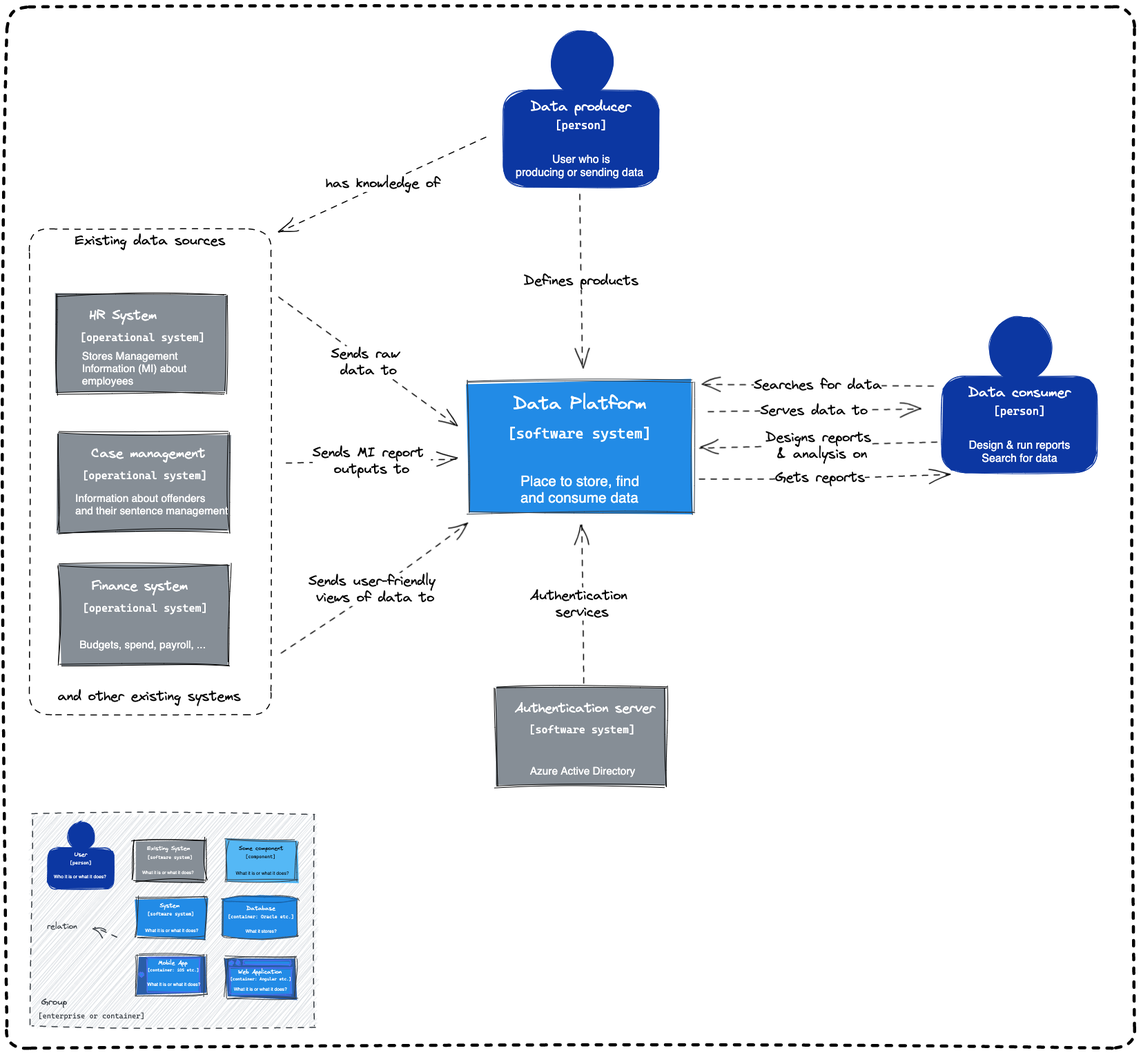
Before: docs/source/documentation/diagrams/c4-model-level1.excalidraw.png, a diagram exported from Excalidraw (ministryofjustice/analytical-platform). Source tidied: one line per element, renumbered; positions are measured from the earlier drawing's top-left corner, leaving out a move shared by most shapes.
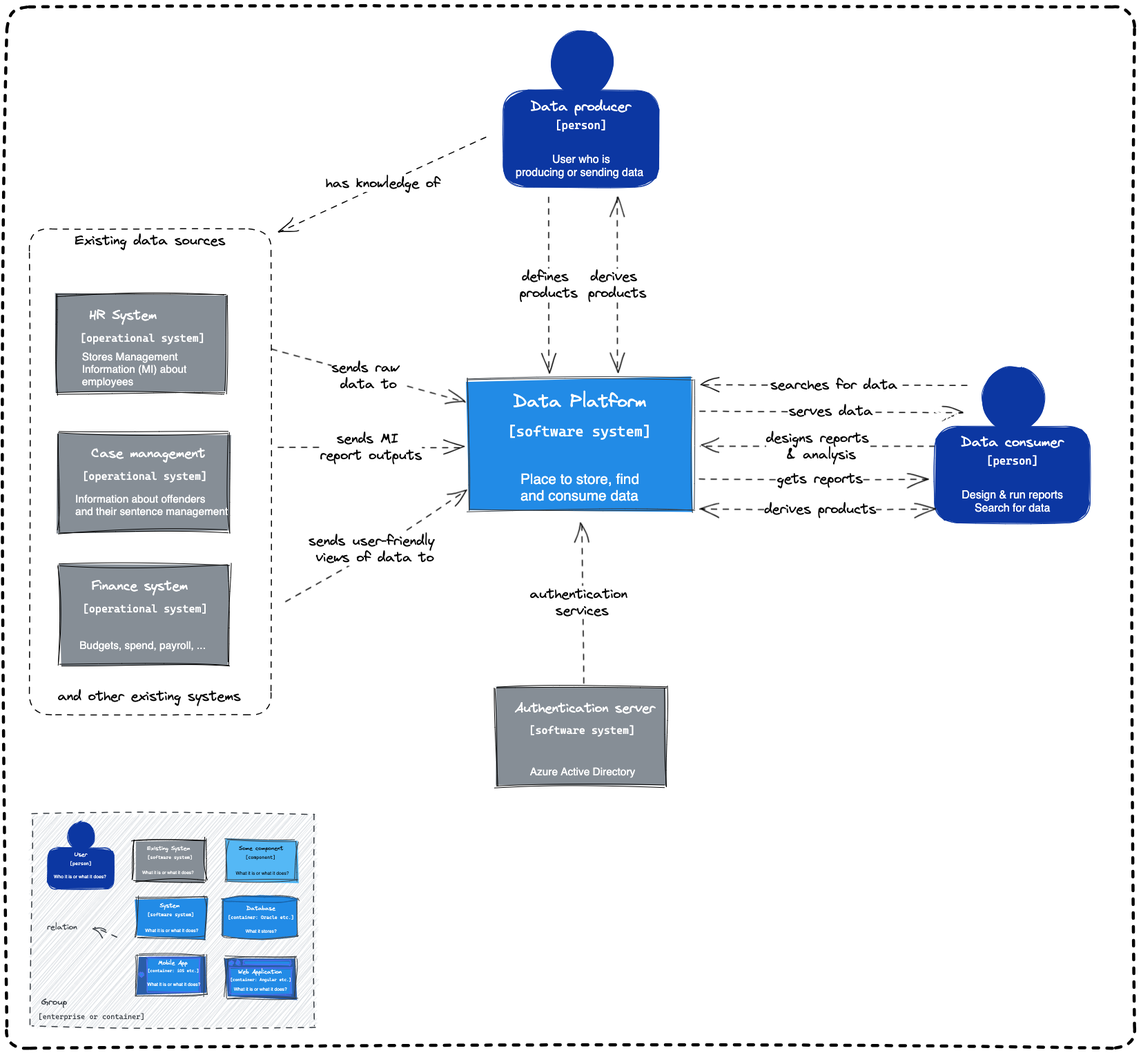
The same diagram one commit later.

Commit message:
add derived data proposal C - both users (#798)

* add derived data to both users

* 📐 arrange arrows and change case

---------

Change to the diagram source:
```diff
@@ -41,6 +41,6 @@
 {"id": 40, "type": "text", "text": "Who it is or what it does? ", "strokeColor": "#fff", "backgroundColor": "#0c37a2", "fillStyle": "solid", "strokeWidth": 1, "roughness": 1, "fontSize": 6.78, "fontFamily": 2, "textAlign": "center", "x": 68, "y": 1256, "width": 78, "height": 8}
-{"id": 41, "type": "rectangle", "strokeColor": "#343a40", "backgroundColor": "#228be6", "fillStyle": "solid", "strokeWidth": 1, "roughness": 2, "x": 669, "y": 543, "width": 326, "height": 190}
+{"id": 41, "type": "rectangle", "strokeColor": "#343a40", "backgroundColor": "#228be6", "fillStyle": "solid", "strokeWidth": 1, "roughness": 2, "x": 669, "y": 539, "width": 326, "height": 190}
-{"id": 42, "type": "text", "text": "Data Platform", "strokeColor": "#fff", "backgroundColor": "#55b8f5", "fillStyle": "solid", "strokeWidth": 1, "roughness": 1, "fontSize": 25.95, "fontFamily": 1, "x": 734, "y": 560, "width": 193, "height": 30}
+{"id": 42, "type": "text", "text": "Data Platform", "strokeColor": "#fff", "backgroundColor": "#55b8f5", "fillStyle": "solid", "strokeWidth": 1, "roughness": 1, "fontSize": 25.95, "fontFamily": 1, "x": 734, "y": 557, "width": 193, "height": 30}
-{"id": 43, "type": "text", "text": "[software system]", "strokeColor": "#fff", "backgroundColor": "#55b8f5", "fillStyle": "solid", "strokeWidth": 1, "roughness": 1, "fontSize": 20.83, "fontFamily": 3, "textAlign": "center", "x": 726, "y": 606, "width": 207, "height": 24}
+{"id": 43, "type": "text", "text": "[software system]", "strokeColor": "#fff", "backgroundColor": "#55b8f5", "fillStyle": "solid", "strokeWidth": 1, "roughness": 1, "fontSize": 20.83, "fontFamily": 3, "textAlign": "center", "x": 726, "y": 602, "width": 207, "height": 24}
-{"id": 44, "type": "text", "text": "Place to store, find \nand consume data", "strokeColor": "#fff", "backgroundColor": "#55b8f5", "fillStyle": "solid", "strokeWidth": 1, "roughness": 1, "fontSize": 20.78, "fontFamily": 2, "x": 744, "y": 676, "width": 178, "height": 48}
+{"id": 44, "type": "text", "text": "Place to store, find \nand consume data", "strokeColor": "#fff", "backgroundColor": "#55b8f5", "fillStyle": "solid", "strokeWidth": 1, "roughness": 1, "fontSize": 20.78, "fontFamily": 2, "x": 744, "y": 672, "width": 178, "height": 48}
 {"id": 45, "type": "rectangle", "strokeColor": "#000000", "backgroundColor": "#868e96", "fillStyle": "solid", "strokeWidth": 1, "roughness": 2, "x": 75, "y": 618, "width": 245, "height": 143}
@@ -50,4 +50,4 @@
 {"id": 49, "type": "text", "text": "has knowledge of", "strokeColor": "#000000", "strokeWidth": 1, "strokeStyle": "dashed", "roughness": 1, "fontSize": 20, "fontFamily": 1, "textAlign": "center", "verticalAlign": "middle", "inside": 48, "x": 462, "y": 244, "width": 166, "height": 24}
-{"id": 50, "type": "arrow", "strokeColor": "#000000", "strokeWidth": 1, "strokeStyle": "dashed", "roughness": 1, "endArrowhead": "arrow", "round": true, "from": 53, "to": 41, "x": 830, "y": 271, "width": 4, "height": 252, "points": [[0, 0], [4, 252]]}
+{"id": 50, "type": "arrow", "strokeColor": "#000000", "strokeWidth": 1, "strokeStyle": "dashed", "roughness": 1, "endArrowhead": "arrow", "round": true, "from": 53, "to": 41, "x": 785, "y": 276, "width": 0, "height": 255, "points": [[0, 0], [0, 255]]}
-{"id": 51, "type": "text", "text": "Defines products", "strokeColor": "#000000", "strokeWidth": 1, "strokeStyle": "dashed", "roughness": 1, "fontSize": 20, "fontFamily": 1, "textAlign": "center", "verticalAlign": "middle", "inside": 50, "x": 749, "y": 385, "width": 166, "height": 24}
+{"id": 51, "type": "text", "text": "defines \nproducts", "strokeColor": "#000000", "strokeWidth": 1, "strokeStyle": "dashed", "roughness": 1, "fontSize": 20, "fontFamily": 1, "textAlign": "center", "verticalAlign": "middle", "inside": 50, "x": 745, "y": 376, "width": 84, "height": 48}
 {"id": 52, "type": "ellipse", "strokeColor": "#0c37a2", "backgroundColor": "#0c37a2", "fillStyle": "solid", "strokeWidth": 1, "roughness": 1, "x": 788, "y": 34, "width": 90, "height": 95}
@@ -65,19 +65,19 @@
 {"id": 64, "type": "text", "text": "Stores Management \nInformation (MI) about\nemployees", "strokeColor": "#fff", "backgroundColor": "#55b8f5", "fillStyle": "solid", "strokeWidth": 1, "roughness": 1, "fontSize": 15.43, "fontFamily": 2, "x": 109, "y": 497, "width": 152, "height": 54}
-{"id": 65, "type": "arrow", "strokeColor": "#000000", "strokeWidth": 1, "strokeStyle": "dashed", "roughness": 1, "endArrowhead": "arrow", "round": true, "from": 84, "to": 41, "x": 405, "y": 661, "width": 247, "height": 6, "points": [[0, 0], [247, -6]]}
+{"id": 65, "type": "arrow", "strokeColor": "#000000", "strokeWidth": 1, "strokeStyle": "dashed", "roughness": 1, "endArrowhead": "arrow", "round": true, "from": 84, "to": 41, "x": 393, "y": 638, "width": 269, "height": 0, "points": [[0, 0], [269, 0]]}
-{"id": 66, "type": "text", "text": "Sends MI report \noutputs to", "strokeColor": "#000000", "strokeWidth": 1, "roughness": 1, "fontSize": 20, "fontFamily": 1, "textAlign": "center", "verticalAlign": "middle", "inside": 65, "x": 443, "y": 634, "width": 171, "height": 48}
+{"id": 66, "type": "text", "text": "sends MI \nreport outputs", "strokeColor": "#000000", "strokeWidth": 1, "roughness": 1, "fontSize": 20, "fontFamily": 1, "textAlign": "center", "verticalAlign": "middle", "inside": 65, "x": 454, "y": 618, "width": 147, "height": 48}
-{"id": 67, "type": "arrow", "strokeColor": "#000000", "strokeWidth": 1, "strokeStyle": "dashed", "roughness": 1, "endArrowhead": "arrow", "round": true, "from": 84, "to": 41, "x": 397, "y": 935, "width": 268, "height": 189, "points": [[0, 0], [136, -92], [268, -189]]}
+{"id": 67, "type": "arrow", "strokeColor": "#000000", "strokeWidth": 1, "strokeStyle": "dashed", "roughness": 1, "endArrowhead": "arrow", "round": true, "from": 84, "to": 41, "x": 404, "y": 861, "width": 260, "height": 162, "points": [[0, 0], [129, -75], [260, -162]]}
-{"id": 68, "type": "text", "text": "Sends user-friendly \nviews of data to", "strokeColor": "#000000", "strokeWidth": 1, "roughness": 1, "fontSize": 20, "fontFamily": 1, "textAlign": "center", "verticalAlign": "middle", "inside": 67, "x": 437, "y": 820, "width": 194, "height": 48}
+{"id": 68, "type": "text", "text": "sends user-friendly \nviews of data to", "strokeColor": "#000000", "strokeWidth": 1, "roughness": 1, "fontSize": 20, "fontFamily": 1, "textAlign": "center", "verticalAlign": "middle", "inside": 67, "x": 432, "y": 765, "width": 192, "height": 48}
-{"id": 69, "type": "arrow", "strokeColor": "#000000", "strokeWidth": 1, "strokeStyle": "dashed", "roughness": 1, "endArrowhead": "arrow", "round": true, "from": 84, "to": 41, "x": 394, "y": 421, "width": 259, "height": 189, "points": [[0, 0], [259, 189]]}
+{"id": 69, "type": "arrow", "strokeColor": "#000000", "strokeWidth": 1, "strokeStyle": "dashed", "roughness": 1, "endArrowhead": "arrow", "round": true, "from": 84, "to": 41, "x": 384, "y": 496, "width": 280, "height": 78, "points": [[0, 0], [280, 78]]}
-{"id": 70, "type": "text", "text": "Sends raw \ndata to", "strokeColor": "#000000", "strokeWidth": 1, "strokeStyle": "dashed", "roughness": 1, "fontSize": 20, "fontFamily": 1, "textAlign": "center", "verticalAlign": "middle", "inside": 69, "x": 470, "y": 491, "width": 109, "height": 48}
+{"id": 70, "type": "text", "text": "sends raw \ndata to", "strokeColor": "#000000", "strokeWidth": 1, "strokeStyle": "dashed", "roughness": 1, "fontSize": 20, "fontFamily": 1, "textAlign": "center", "verticalAlign": "middle", "inside": 69, "x": 470, "y": 511, "width": 107, "height": 48}
-{"id": 71, "type": "arrow", "strokeColor": "#000000", "strokeWidth": 1, "strokeStyle": "dashed", "roughness": 1, "endArrowhead": "arrow", "round": true, "from": 41, "to": 88, "x": 1016, "y": 588, "width": 307, "height": 6, "points": [[0, 0], [307, -6]]}
+{"id": 71, "type": "arrow", "strokeColor": "#000000", "strokeWidth": 1, "strokeStyle": "dashed", "roughness": 1, "endArrowhead": "arrow", "round": true, "from": 41, "to": 88, "x": 1004, "y": 586, "width": 380, "height": 0, "points": [[0, 0], [380, 0]]}
-{"id": 72, "type": "text", "text": "Serves data to", "strokeColor": "#000000", "strokeWidth": 1, "strokeStyle": "dashed", "roughness": 1, "fontSize": 20, "fontFamily": 1, "textAlign": "center", "verticalAlign": "middle", "inside": 71, "x": 1091, "y": 573, "width": 156, "height": 24}
+{"id": 72, "type": "text", "text": "serves data", "strokeColor": "#000000", "strokeWidth": 1, "strokeStyle": "dashed", "roughness": 1, "fontSize": 20, "fontFamily": 1, "textAlign": "center", "verticalAlign": "middle", "inside": 71, "x": 1133, "y": 574, "width": 122, "height": 24}
 {"id": 73, "type": "text", "text": "Information about offenders \nand their sentence management", "strokeColor": "#fff", "backgroundColor": "#55b8f5", "fillStyle": "solid", "strokeWidth": 1, "roughness": 1, "fontSize": 15.43, "fontFamily": 2, "x": 99, "y": 703, "width": 221, "height": 36}
-{"id": 74, "type": "arrow", "strokeColor": "#000000", "strokeWidth": 1, "strokeStyle": "dashed", "roughness": 1, "endArrowhead": "arrow", "round": true, "from": 88, "to": 41, "x": 1347, "y": 631, "width": 343, "height": 9, "points": [[0, 0], [-343, 9]]}
+{"id": 74, "type": "arrow", "strokeColor": "#000000", "strokeWidth": 1, "strokeStyle": "dashed", "roughness": 1, "endArrowhead": "arrow", "round": true, "from": 88, "to": 41, "x": 1344, "y": 637, "width": 339, "height": 0, "points": [[0, 0], [-339, 0]]}
-{"id": 75, "type": "text", "text": "Designs reports\n & analysis on", "strokeColor": "#000000", "strokeWidth": 1, "strokeStyle": "dashed", "roughness": 1, "fontSize": 20, "fontFamily": 1, "textAlign": "center", "verticalAlign": "middle", "inside": 74, "x": 1099, "y": 612, "width": 153, "height": 48}
+{"id": 75, "type": "text", "text": "designs reports\n & analysis", "strokeColor": "#000000", "strokeWidth": 1, "strokeStyle": "dashed", "roughness": 1, "fontSize": 20, "fontFamily": 1, "textAlign": "center", "verticalAlign": "middle", "inside": 74, "x": 1100, "y": 613, "width": 149, "height": 48}
-{"id": 76, "type": "arrow", "strokeColor": "#000000", "strokeWidth": 1, "strokeStyle": "dashed", "roughness": 1, "endArrowhead": "arrow", "round": true, "from": 41, "to": 88, "x": 1003, "y": 684, "width": 363, "height": 6, "points": [[0, 0], [175, -1], [363, -6]]}
+{"id": 76, "type": "arrow", "strokeColor": "#000000", "strokeWidth": 1, "strokeStyle": "dashed", "roughness": 1, "endArrowhead": "arrow", "round": true, "from": 41, "to": 88, "x": 1003, "y": 684, "width": 331, "height": 1, "points": [[0, 0], [175, 1], [331, 1]]}
-{"id": 77, "type": "text", "text": "Gets reports", "strokeColor": "#000000", "strokeWidth": 1, "strokeStyle": "dashed", "roughness": 1, "fontSize": 20, "fontFamily": 1, "textAlign": "center", "verticalAlign": "middle", "inside": 76, "x": 1113, "y": 670, "width": 130, "height": 24}
+{"id": 77, "type": "text", "text": "gets reports", "strokeColor": "#000000", "strokeWidth": 1, "strokeStyle": "dashed", "roughness": 1, "fontSize": 20, "fontFamily": 1, "textAlign": "center", "verticalAlign": "middle", "inside": 76, "x": 1116, "y": 672, "width": 124, "height": 24}
-{"id": 78, "type": "arrow", "strokeColor": "#000000", "strokeWidth": 1, "strokeStyle": "dashed", "roughness": 1, "endArrowhead": "arrow", "round": true, "from": 88, "to": 41, "x": 1343, "y": 549, "width": 337, "height": 2, "points": [[0, 0], [-337, -2]]}
+{"id": 78, "type": "arrow", "strokeColor": "#000000", "strokeWidth": 1, "strokeStyle": "dashed", "roughness": 1, "endArrowhead": "arrow", "round": true, "to": 41, "x": 1392, "y": 548, "width": 388, "height": 0, "points": [[0, 0], [-388, 0]]}
-{"id": 79, "type": "text", "text": "Searches for data", "strokeColor": "#000000", "strokeWidth": 1, "strokeStyle": "dashed", "roughness": 1, "fontSize": 20, "fontFamily": 1, "textAlign": "center", "verticalAlign": "middle", "inside": 78, "x": 1082, "y": 536, "width": 186, "height": 24}
+{"id": 79, "type": "text", "text": "searches for data", "strokeColor": "#000000", "strokeWidth": 1, "strokeStyle": "dashed", "roughness": 1, "fontSize": 20, "fontFamily": 1, "textAlign": "center", "verticalAlign": "middle", "inside": 78, "x": 1092, "y": 536, "width": 184, "height": 24}
-{"id": 80, "type": "arrow", "strokeColor": "#000000", "backgroundColor": "#ced4da", "fillStyle": "hachure", "strokeWidth": 1, "strokeStyle": "dashed", "roughness": 1, "endArrowhead": "arrow", "round": true, "from": 92, "to": 41, "x": 835, "y": 980, "width": 3, "height": 231, "points": [[0, 0], [-3, -231]]}
+{"id": 80, "type": "arrow", "strokeColor": "#000000", "backgroundColor": "#ced4da", "fillStyle": "hachure", "strokeWidth": 1, "strokeStyle": "dashed", "roughness": 1, "endArrowhead": "arrow", "round": true, "from": 92, "to": 41, "x": 835, "y": 980, "width": 3, "height": 234, "points": [[0, 0], [-3, -234]]}
-{"id": 81, "type": "text", "text": "Authentication \nservices", "strokeColor": "#000000", "strokeWidth": 1, "roughness": 1, "fontSize": 20, "fontFamily": 1, "textAlign": "center", "verticalAlign": "middle", "inside": 80, "x": 758, "y": 841, "width": 151, "height": 48}
+{"id": 81, "type": "text", "text": "authentication \nservices", "strokeColor": "#000000", "strokeWidth": 1, "roughness": 1, "fontSize": 20, "fontFamily": 1, "textAlign": "center", "verticalAlign": "middle", "inside": 80, "x": 758, "y": 839, "width": 151, "height": 48}
 {"id": 82, "type": "rectangle", "strokeColor": "#000000", "strokeWidth": 4, "strokeStyle": "dashed", "roughness": 2, "round": true, "x": 0, "y": 0, "width": 1634, "height": 1508}
@@ -87,7 +87,7 @@
 {"id": 86, "type": "text", "text": "and other existing systems", "strokeColor": "#000000", "strokeWidth": 1, "roughness": 1, "fontSize": 20, "fontFamily": 1, "textAlign": "center", "x": 74, "y": 987, "width": 265, "height": 24}
-{"id": 87, "type": "ellipse", "strokeColor": "#0c37a2", "backgroundColor": "#0c37a2", "fillStyle": "solid", "strokeWidth": 1, "roughness": 1, "x": 1424, "y": 448, "width": 90, "height": 95}
+{"id": 87, "type": "ellipse", "strokeColor": "#0c37a2", "backgroundColor": "#0c37a2", "fillStyle": "solid", "strokeWidth": 1, "roughness": 1, "x": 1413, "y": 521, "width": 90, "height": 95}
-{"id": 88, "type": "rectangle", "strokeColor": "#0c37a2", "backgroundColor": "#0c37a2", "fillStyle": "solid", "strokeWidth": 1, "roughness": 1, "round": true, "x": 1354, "y": 535, "width": 225, "height": 140}
+{"id": 88, "type": "rectangle", "strokeColor": "#0c37a2", "backgroundColor": "#0c37a2", "fillStyle": "solid", "strokeWidth": 1, "roughness": 1, "round": true, "x": 1344, "y": 607, "width": 225, "height": 140}
-{"id": 89, "type": "text", "text": "Data consumer", "strokeColor": "#fff", "backgroundColor": "#0c37a2", "fillStyle": "solid", "strokeWidth": 1, "roughness": 1, "fontSize": 20, "fontFamily": 1, "textAlign": "center", "x": 1393, "y": 547, "width": 148, "height": 24}
+{"id": 89, "type": "text", "text": "Data consumer", "strokeColor": "#fff", "backgroundColor": "#0c37a2", "fillStyle": "solid", "strokeWidth": 1, "roughness": 1, "fontSize": 20, "fontFamily": 1, "textAlign": "center", "x": 1382, "y": 619, "width": 148, "height": 24}
-{"id": 90, "type": "text", "text": "[person]", "strokeColor": "#fff", "backgroundColor": "#0c37a2", "fillStyle": "solid", "strokeWidth": 1, "roughness": 1, "fontSize": 16, "fontFamily": 3, "textAlign": "center", "x": 1429, "y": 576, "width": 75, "height": 19}
+{"id": 90, "type": "text", "text": "[person]", "strokeColor": "#fff", "backgroundColor": "#0c37a2", "fillStyle": "solid", "strokeWidth": 1, "roughness": 1, "fontSize": 16, "fontFamily": 3, "textAlign": "center", "x": 1419, "y": 648, "width": 75, "height": 19}
-{"id": 91, "type": "text", "text": "Design & run reports\nSearch for data", "strokeColor": "#fff", "backgroundColor": "#0c37a2", "fillStyle": "solid", "strokeWidth": 1, "roughness": 1, "fontSize": 16, "fontFamily": 2, "textAlign": "center", "x": 1394, "y": 625, "width": 147, "height": 38}
+{"id": 91, "type": "text", "text": "Design & run reports\nSearch for data", "strokeColor": "#fff", "backgroundColor": "#0c37a2", "fillStyle": "solid", "strokeWidth": 1, "roughness": 1, "fontSize": 16, "fontFamily": 2, "textAlign": "center", "x": 1383, "y": 697, "width": 147, "height": 38}
 {"id": 92, "type": "rectangle", "strokeColor": "#000000", "backgroundColor": "#868e96", "fillStyle": "solid", "strokeWidth": 1, "roughness": 2, "x": 709, "y": 985, "width": 245, "height": 143}
@@ -96,1 +96,5 @@
 {"id": 95, "type": "text", "text": "Azure Active Directory", "strokeColor": "#fff", "backgroundColor": "#55b8f5", "fillStyle": "solid", "strokeWidth": 1, "roughness": 1, "fontSize": 15.43, "fontFamily": 2, "x": 758, "y": 1098, "width": 153, "height": 18}
+{"id": 96, "type": "arrow", "strokeColor": "#000000", "strokeWidth": 1, "strokeStyle": "dashed", "roughness": 1, "startArrowhead": "arrow", "endArrowhead": "arrow", "round": true, "from": 53, "to": 41, "x": 884, "y": 276, "width": 0, "height": 254, "points": [[0, 0], [0, 254]]}
+{"id": 97, "type": "text", "text": "derives \nproducts", "strokeColor": "#000000", "strokeWidth": 1, "strokeStyle": "dashed", "roughness": 1, "fontSize": 20, "fontFamily": 1, "textAlign": "center", "verticalAlign": "middle", "inside": 96, "x": 844, "y": 376, "width": 84, "height": 48}
+{"id": 98, "type": "arrow", "strokeColor": "#000000", "strokeWidth": 1, "strokeStyle": "dashed", "roughness": 1, "startArrowhead": "arrow", "endArrowhead": "arrow", "round": true, "from": 41, "x": 1003, "y": 727, "width": 341, "height": 1, "points": [[0, 0], [175, 1], [341, 1]]}
+{"id": 99, "type": "text", "text": "derives products", "strokeColor": "#000000", "strokeWidth": 1, "strokeStyle": "dashed", "roughness": 1, "fontSize": 20, "fontFamily": 1, "textAlign": "center", "verticalAlign": "middle", "inside": 98, "x": 1097, "y": 716, "width": 162, "height": 24}
```
